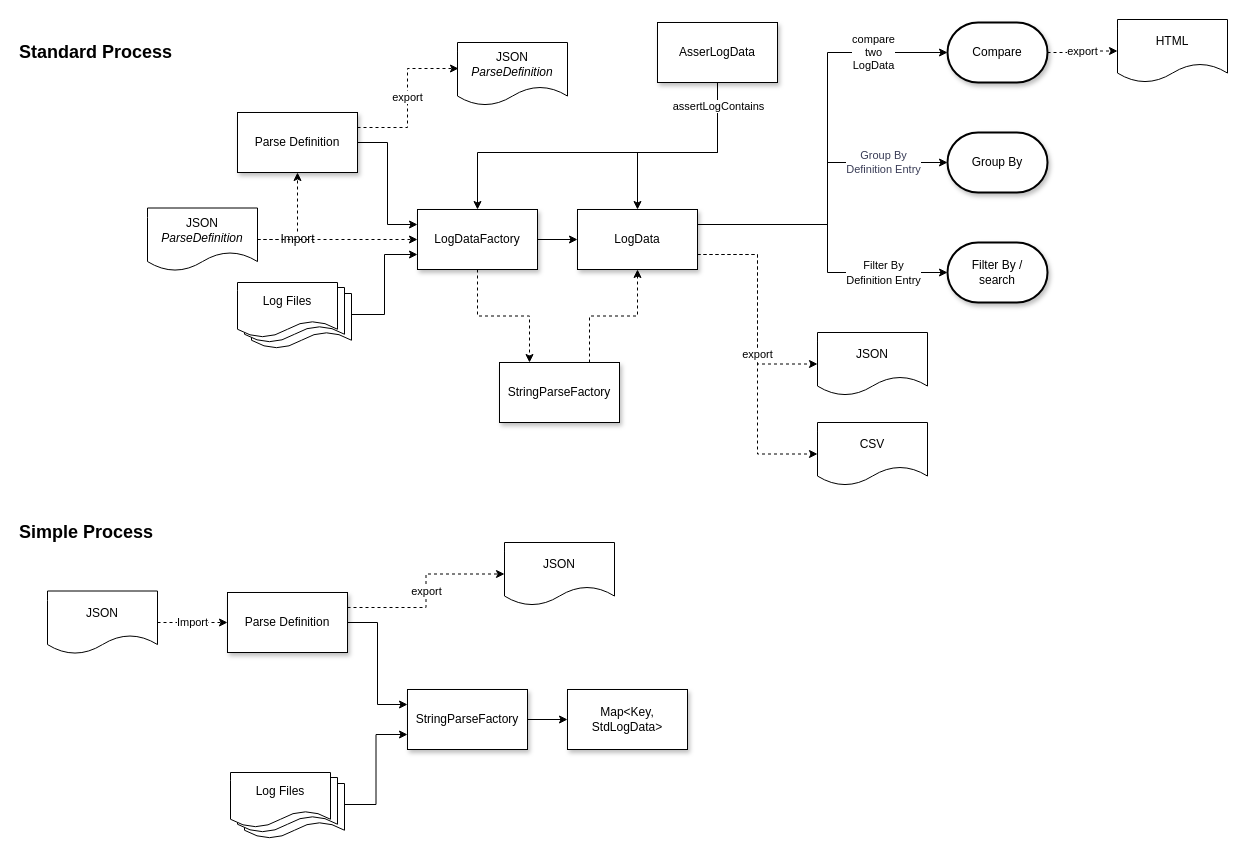
This is page "Processes" (2 of 3) of diagrams/Log_Parser.drawio from adobe/log-parser, a draw.io file, before an edit. Source tidied: cells renumbered, new cells numbered last; positions are measured from the earlier drawing's top-left corner, leaving out a move shared by most shapes. Both pictures are drawn from the tidied source at 100%, with x=0, y=0 at pixel (17, 19).
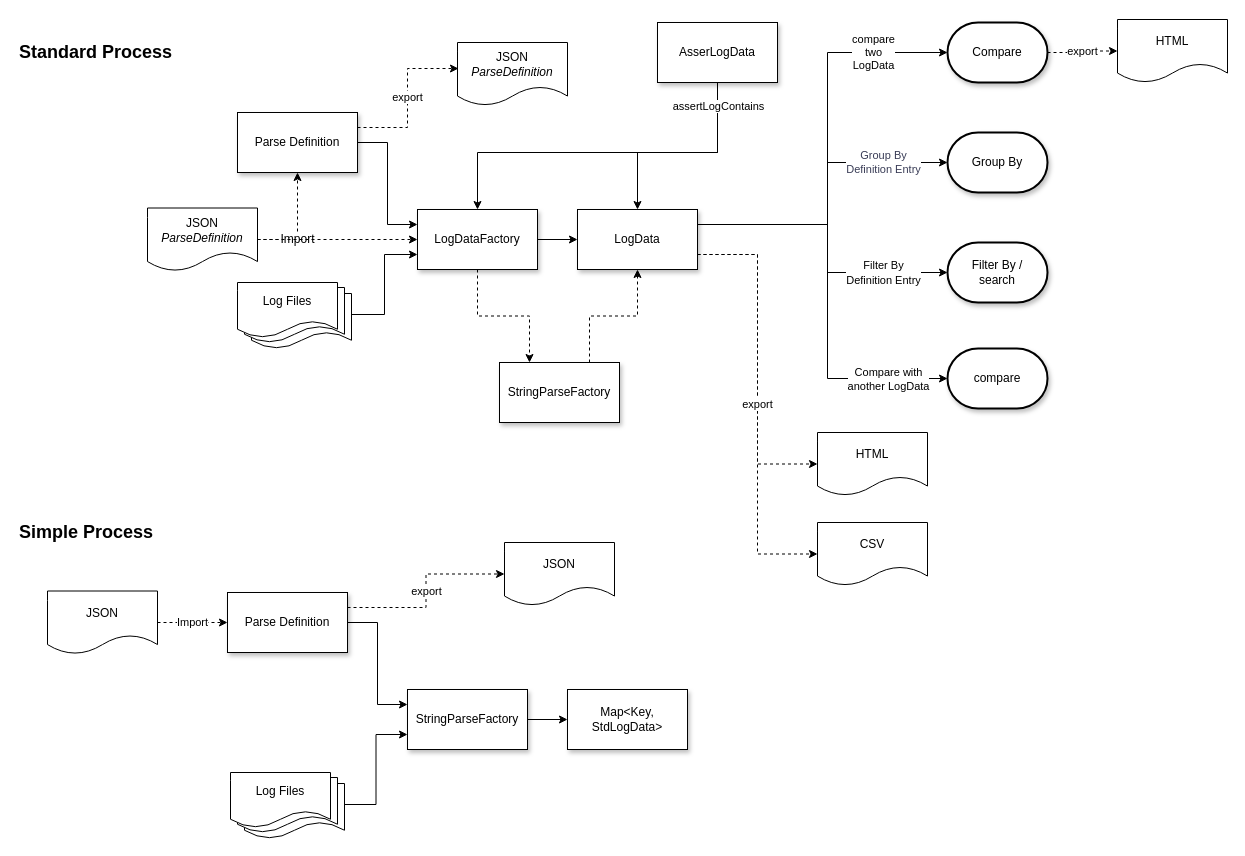
After the change.

The change refers to these unchanged cells:
```xml
<mxCell id="14" value="LogData" style="rounded=0;whiteSpace=wrap;html=1;shadow=1;labelBackgroundColor=#FFFFFF;" parent="1" vertex="1">
  <mxGeometry x="560" y="190" width="120" height="60" as="geometry" />
</mxCell>
```

What changed in the source:
```diff
@@
+    <mxCell id="54" style="edgeStyle=orthogonalEdgeStyle;rounded=0;jettySize=auto;html=1;exitX=1;exitY=0.25;exitDx=0;exitDy=0;entryX=0;entryY=0.5;entryDx=0;entryDy=0;entryPerimeter=0;" parent="1" edge="1" source="14" target="56">
+      <mxGeometry relative="1" as="geometry">
+        <Array as="points">
+          <mxPoint x="810" y="205" />
+          <mxPoint x="810" y="359" />
+        </Array>
+      </mxGeometry>
+    </mxCell>
+    <mxCell id="55" value="Compare with &lt;br&gt;another LogData" style="edgeLabel;html=1;align=center;verticalAlign=middle;" parent="54" vertex="1">
+      <mxGeometry x="0.58" y="4" relative="1" as="geometry">
+        <mxPoint x="25" y="4" as="offset" />
+      </mxGeometry>
+    </mxCell>
@@
-    <mxCell id="49" value="JSON" style="shape=document;whiteSpace=wrap;html=1;boundedLbl=1;labelBackgroundColor=#FFFFFF;strokeColor=#000000;fillColor=#FFFFFF;fontSize=12;align=center;" parent="1" vertex="1">
-      <mxGeometry x="800" y="313" width="110" height="63" as="geometry" />
+    <mxCell id="49" value="HTML" style="shape=document;whiteSpace=wrap;html=1;boundedLbl=1;labelBackgroundColor=#FFFFFF;strokeColor=#000000;fillColor=#FFFFFF;fontSize=12;align=center;" parent="1" vertex="1">
+      <mxGeometry x="800" y="413" width="110" height="63" as="geometry" />
     </mxCell>
     <mxCell id="50" value="CSV" style="shape=document;whiteSpace=wrap;html=1;boundedLbl=1;labelBackgroundColor=#FFFFFF;strokeColor=#000000;fillColor=#FFFFFF;fontSize=12;align=center;" parent="1" vertex="1">
-      <mxGeometry x="800" y="403" width="110" height="63" as="geometry" />
+      <mxGeometry x="800" y="503" width="110" height="63" as="geometry" />
     </mxCell>
@@
+    <mxCell id="56" value="compare" style="strokeWidth=2;html=1;shape=mxgraph.flowchart.terminator;whiteSpace=wrap;shadow=1;labelBackgroundColor=#FFFFFF;" parent="1" vertex="1">
+      <mxGeometry x="930" y="329" width="100" height="60" as="geometry" />
+    </mxCell>
```
